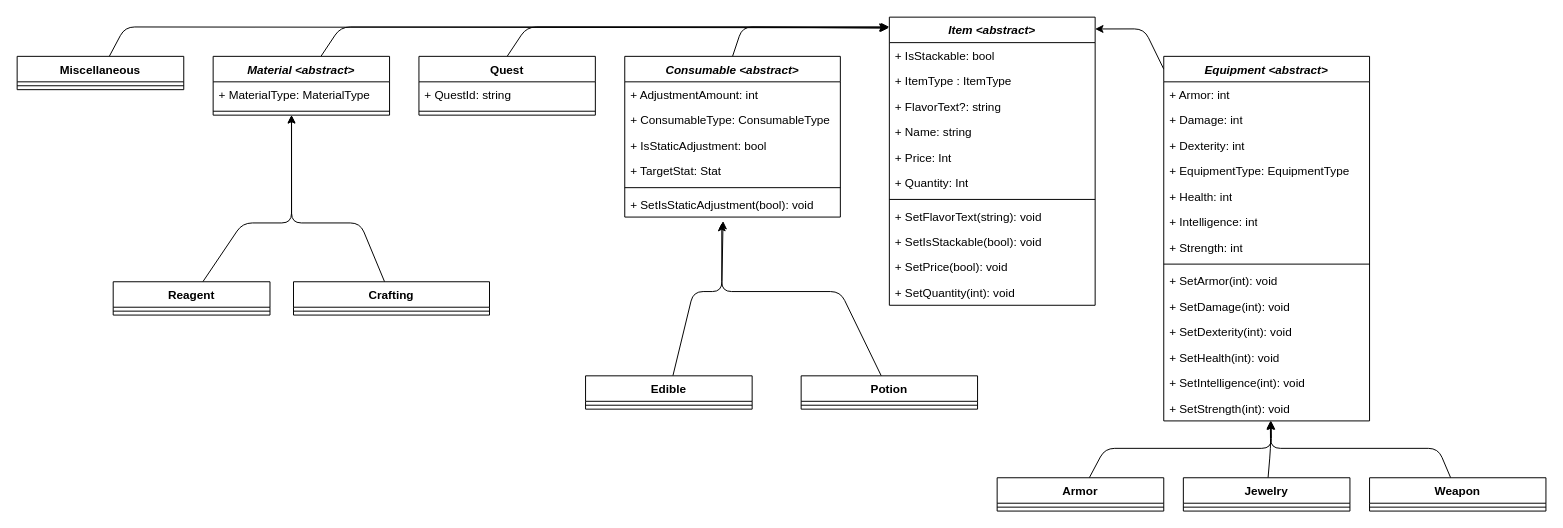
scottfalbo/GameEngine keeps this draw.io diagram as docs/design/domain_models/items.drawio. Above is the earlier version. Source tidied: cells renumbered, new cells numbered last; positions are measured from the earlier drawing's top-left corner, leaving out a move shared by most shapes. Both pictures are drawn from the tidied source at 98%, with x=0, y=0 at pixel (17, 17).
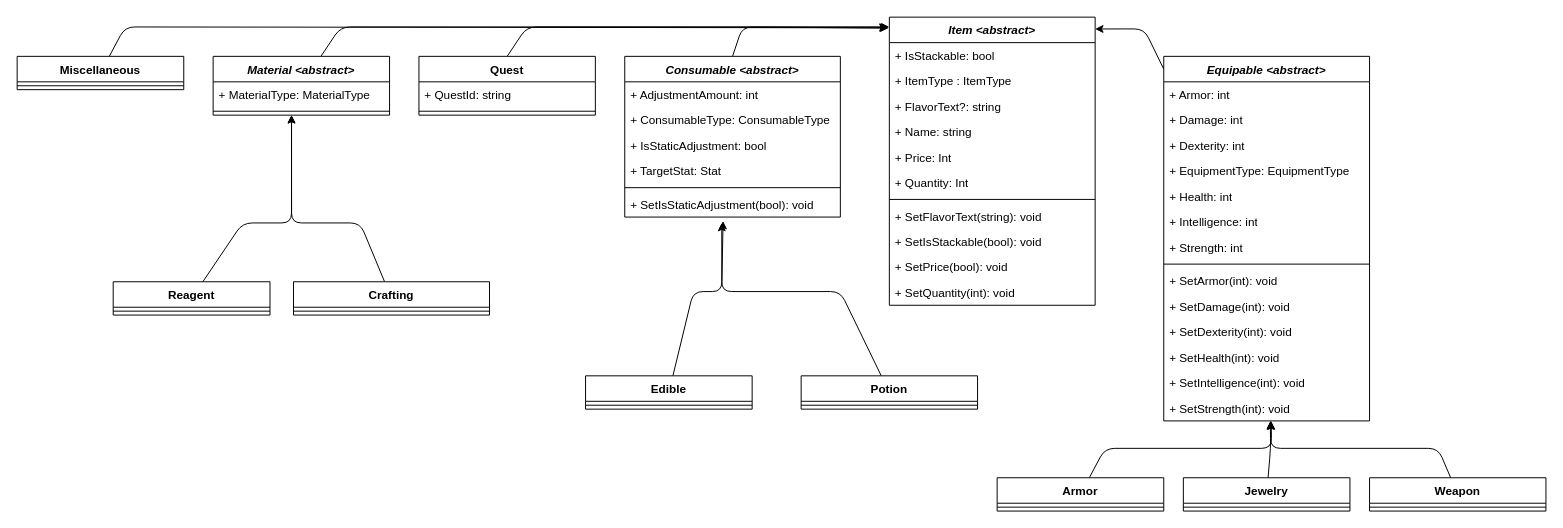
Above is the later version.

Diff of the diagram source:
```diff
@@
-    <mxCell id="15" value="&lt;i&gt;Equipment &amp;lt;abstract&amp;gt;&lt;/i&gt;" style="swimlane;fontStyle=1;align=center;verticalAlign=top;horizontal=1;startSize=26;whiteSpace=wrap;html=1;" parent="1" vertex="1">
+    <mxCell id="15" value="&lt;i&gt;Equipable &amp;lt;abstract&amp;gt;&lt;/i&gt;" style="swimlane;fontStyle=1;align=center;verticalAlign=top;horizontal=1;startSize=26;whiteSpace=wrap;html=1;" parent="1" vertex="1">
       <mxGeometry x="1170" y="40" width="210" height="372" as="geometry" />
     </mxCell>
```
